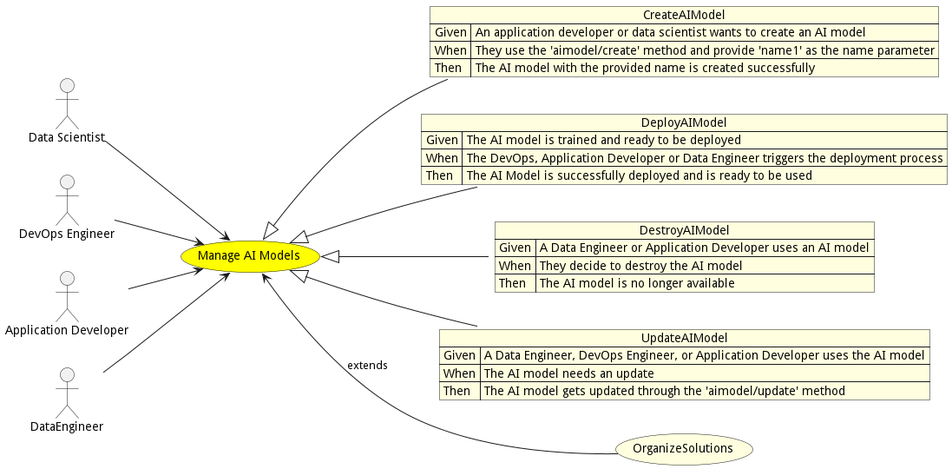
madajaju/edgemere keeps this PlantUML diagram as docs/edgemere/aml/usecases/ManageAIModels/Activities.png. Above is the earlier version.
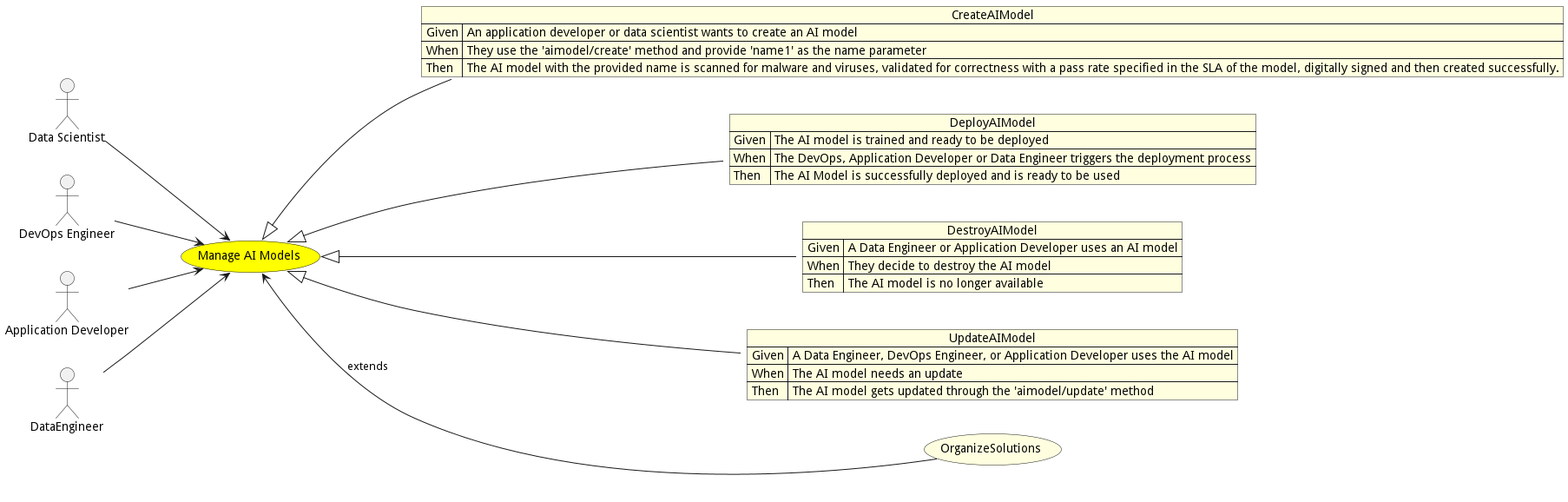
After the change.

Change to the diagram source:
```diff
@@ -26,7 +26,7 @@
 json CreateAIModel #lightyellow {
     "Given": "An application developer or data scientist wants to create an AI model",
     "When": "They use the &#39;aimodel/create&#39; method and provide &#39;name1&#39; as the name parameter",
-    "Then": "The AI model with the provided name is created successfully"
+    "Then": "The AI model with the provided name is scanned for malware and viruses, validated for correctness with a pass rate specified in the SLA of the model, digitally signed and then created successfully."
 }
 
 ManageAIModels <|-- CreateAIModel
```
